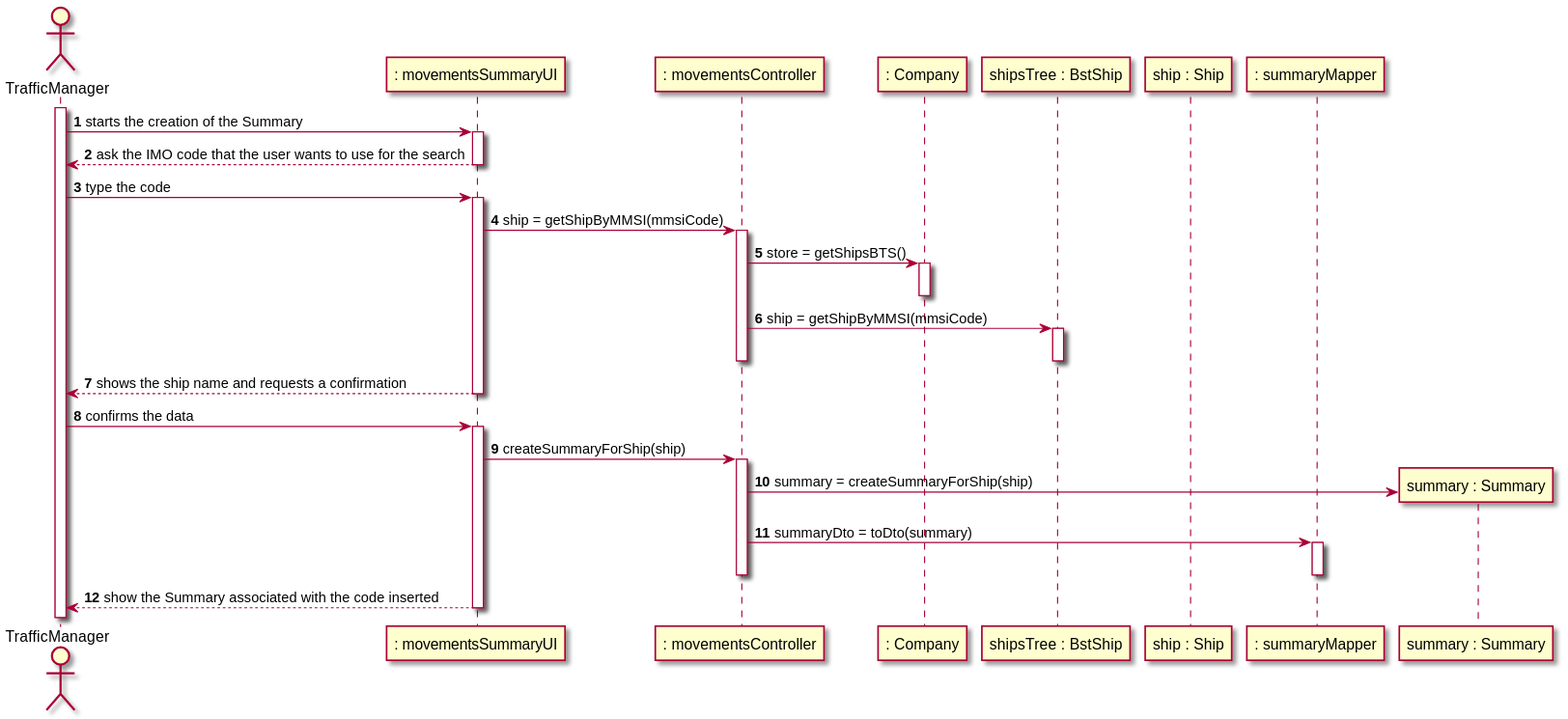
This is docs/US104/US104_SD.svg from 0franciscor/lapr3-2021-g042, a PlantUML export, as it was before one commit.
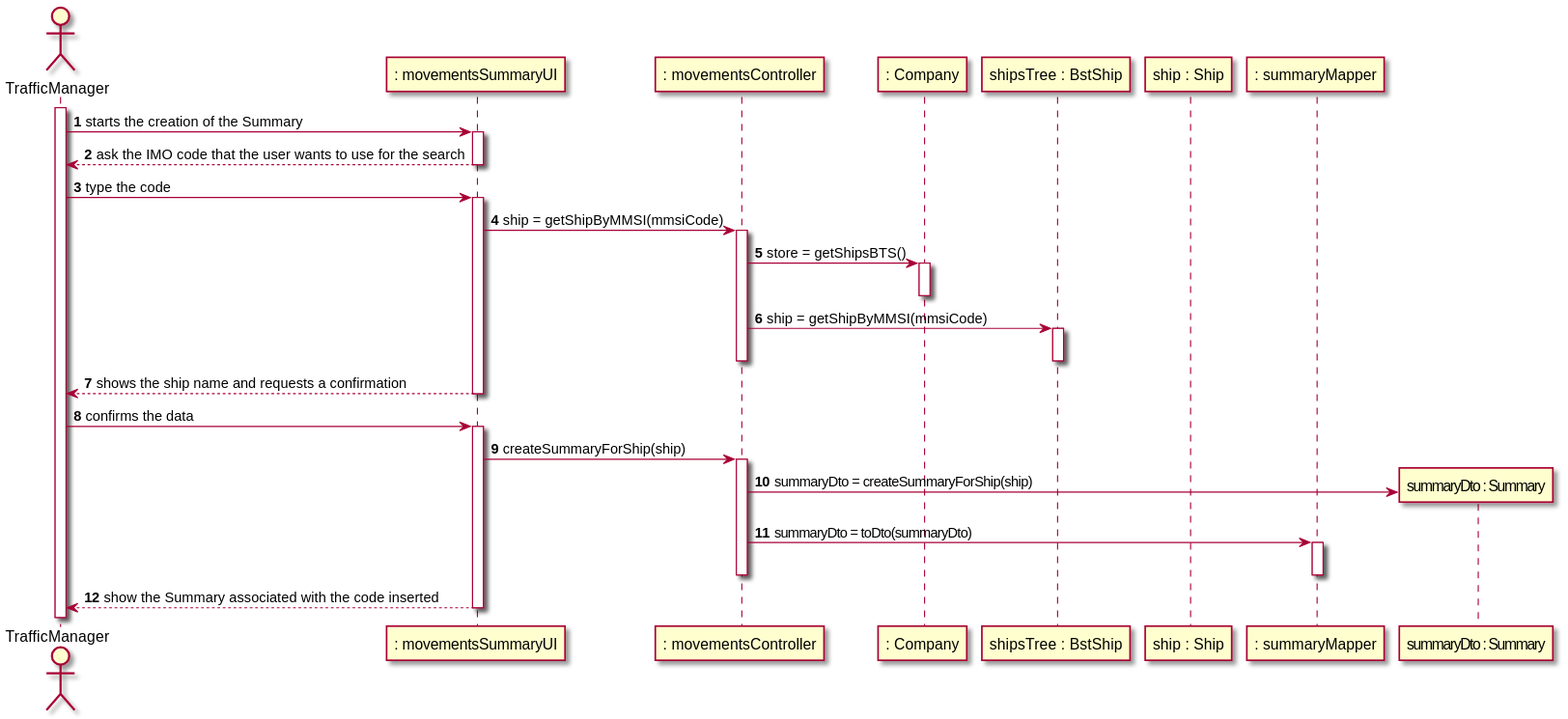
Later version of the same file.

Change to the diagram source:
```diff
@@ -37,8 +37,8 @@
 activate UI
 UI->CT : createSummaryForShip(ship)
 activate CT
-CT->"summary : Summary"**: summary = createSummaryForShip(ship)
-CT->MP : summaryDto = toDto(summary)
+CT->"summaryDto : Summary"**: summaryDto = createSummaryForShip(ship)
+CT->MP : summaryDto = toDto(summaryDto)
 activate MP
 deactivate MP
 
```
